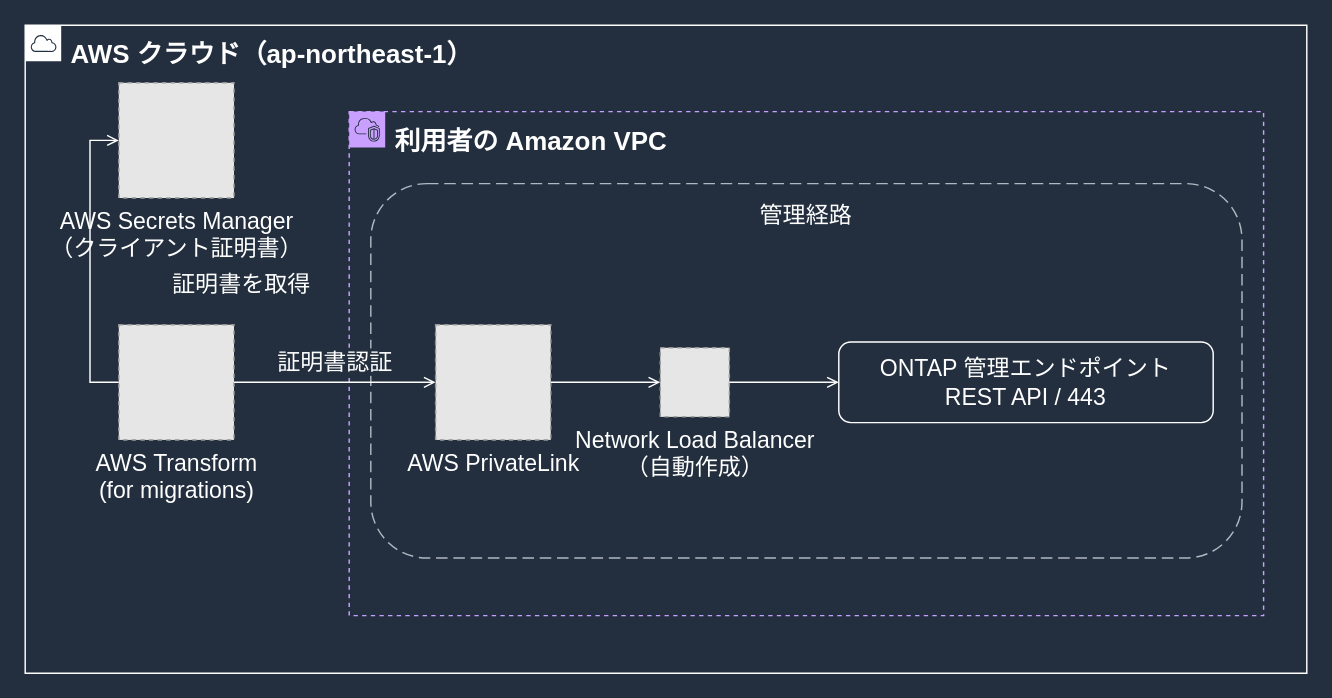
Above: docs/_assets/diagrams/atx-fsxn-control-path-dark.drawio in Yoshiki0705/vmware-migration-ec2-ontap (draw.io), before the change. Source tidied: cells renumbered, new cells numbered last; positions are measured from the earlier drawing's top-left corner, leaving out a move shared by most shapes. Both pictures are drawn from the tidied source at 144%, with x=0, y=0 at pixel (24, 24). Pictures stored in the file or linked from it are replaced by grey dashed boxes.
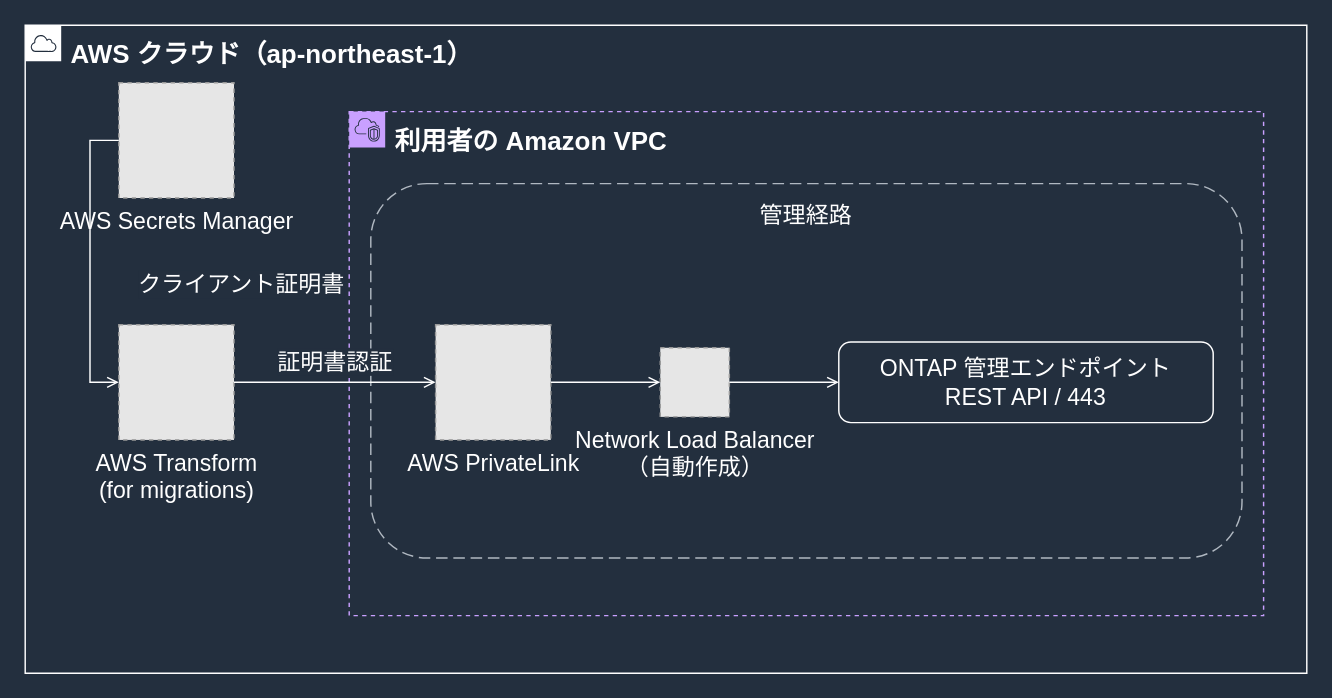
After the change.

The edit, as a diff of the source:
```diff
@@
 <mxGraphModel background="#232F3E">
   <root>
     <mxCell id="0" />
     <mxCell id="1" parent="0" />
     <mxCell id="2" value="AWS クラウド（ap-northeast-1）" style="gradientColor=none;html=1;whiteSpace=wrap;fontSize=18;fontStyle=1;fontColor=#FFFFFF;shape=mxgraph.aws4.group;grIcon=mxgraph.aws4.group_aws_cloud;strokeColor=#FFFFFF;fillColor=none;verticalAlign=top;align=left;spacingLeft=30;spacingTop=4;dashed=0;" parent="1" vertex="1">
       <mxGeometry width="890" height="450" as="geometry" />
     </mxCell>
     <mxCell id="3" value="利用者の Amazon VPC" style="gradientColor=none;html=1;whiteSpace=wrap;fontSize=18;fontStyle=1;fontColor=#FFFFFF;shape=mxgraph.aws4.group;grIcon=mxgraph.aws4.group_vpc2;strokeColor=#C9A0FF;fillColor=none;verticalAlign=top;align=left;spacingLeft=30;spacingTop=4;dashed=1;" parent="1" vertex="1">
       <mxGeometry x="225" y="60" width="635" height="350" as="geometry" />
     </mxCell>
     <mxCell id="4" value="管理経路" style="rounded=1;whiteSpace=wrap;html=1;dashed=1;dashPattern=8 4;strokeColor=#B0B8C1;fillColor=none;fontColor=#FFFFFF;fontSize=16;verticalAlign=top;align=center;spacingTop=6;" parent="1" vertex="1">
       <mxGeometry x="240" y="110" width="605" height="260" as="geometry" />
     </mxCell>
     <mxCell id="5" value="ONTAP 管理エンドポイント&#10;REST API / 443" style="rounded=1;whiteSpace=wrap;html=1;strokeColor=#FFFFFF;fillColor=none;fontColor=#FFFFFF;fontSize=16;verticalAlign=middle;align=center;" parent="1" vertex="1">
       <mxGeometry x="565" y="220" width="260" height="56" as="geometry" />
     </mxCell>
     <mxCell id="6" value="AWS Transform&#10;(for migrations)" style="fillColor=#E6E6E6;strokeColor=#999999;dashed=1;html=1;verticalLabelPosition=bottom;verticalAlign=top;labelPosition=center;align=center;fontSize=16;fontColor=#FFFFFF;" parent="1" vertex="1">
       <mxGeometry x="65" y="208" width="80" height="80" as="geometry" />
     </mxCell>
-    <mxCell id="7" value="AWS Secrets Manager&#10;（クライアント証明書）" style="fillColor=#E6E6E6;strokeColor=#999999;dashed=1;html=1;verticalLabelPosition=bottom;verticalAlign=top;labelPosition=center;align=center;fontSize=16;fontColor=#FFFFFF;" parent="1" vertex="1">
+    <mxCell id="7" value="AWS Secrets Manager" style="fillColor=#E6E6E6;strokeColor=#999999;dashed=1;html=1;verticalLabelPosition=bottom;verticalAlign=top;labelPosition=center;align=center;fontSize=16;fontColor=#FFFFFF;" parent="1" vertex="1">
       <mxGeometry x="65" y="40" width="80" height="80" as="geometry" />
     </mxCell>
     <mxCell id="8" value="AWS PrivateLink" style="fillColor=#E6E6E6;strokeColor=#999999;dashed=1;html=1;verticalLabelPosition=bottom;verticalAlign=top;labelPosition=center;align=center;fontSize=16;fontColor=#FFFFFF;" parent="1" vertex="1">
       <mxGeometry x="285" y="208" width="80" height="80" as="geometry" />
     </mxCell>
     <mxCell id="9" value="Network Load Balancer&#10;（自動作成）" style="fillColor=#E6E6E6;strokeColor=#999999;dashed=1;html=1;verticalLabelPosition=bottom;verticalAlign=top;labelPosition=center;align=center;fontSize=16;fontColor=#FFFFFF;" parent="1" vertex="1">
       <mxGeometry x="441" y="224" width="48" height="48" as="geometry" />
     </mxCell>
     <mxCell id="10" value="証明書認証" style="edgeStyle=orthogonalEdgeStyle;rounded=0;html=1;endArrow=open;endFill=0;strokeColor=#FFFFFF;strokeWidth=1;fontSize=16;fontColor=#FFFFFF;labelBackgroundColor=#232F3E;exitX=1;exitY=0.5;exitDx=0;exitDy=0;entryX=0;entryY=0.5;entryDx=0;entryDy=0;" parent="1" edge="1" source="6" target="8">
       <mxGeometry relative="1" as="geometry">
         <mxPoint y="-14" as="offset" />
       </mxGeometry>
     </mxCell>
     <mxCell id="11" style="edgeStyle=orthogonalEdgeStyle;rounded=0;html=1;endArrow=open;endFill=0;strokeColor=#FFFFFF;strokeWidth=1;fontSize=16;fontColor=#FFFFFF;labelBackgroundColor=#232F3E;exitX=1;exitY=0.5;exitDx=0;exitDy=0;entryX=0;entryY=0.5;entryDx=0;entryDy=0;" parent="1" edge="1" source="8" target="9">
       <mxGeometry relative="1" as="geometry" />
     </mxCell>
     <mxCell id="12" style="edgeStyle=orthogonalEdgeStyle;rounded=0;html=1;endArrow=open;endFill=0;strokeColor=#FFFFFF;strokeWidth=1;fontSize=16;fontColor=#FFFFFF;labelBackgroundColor=#232F3E;exitX=1;exitY=0.5;exitDx=0;exitDy=0;entryX=0;entryY=0.5;entryDx=0;entryDy=0;" parent="1" edge="1" source="9" target="5">
       <mxGeometry relative="1" as="geometry" />
     </mxCell>
-    <mxCell id="13" value="証明書を取得" style="edgeStyle=orthogonalEdgeStyle;rounded=0;html=1;endArrow=open;endFill=0;strokeColor=#FFFFFF;strokeWidth=1;fontSize=16;fontColor=#FFFFFF;labelBackgroundColor=#232F3E;exitX=0;exitY=0.5;exitDx=0;exitDy=0;entryX=0;entryY=0.5;entryDx=0;entryDy=0;" parent="1" edge="1" source="6" target="7">
-      <mxGeometry x="-0.15" relative="1" as="geometry">
+    <mxCell id="13" value="クライアント証明書" style="edgeStyle=orthogonalEdgeStyle;rounded=0;html=1;endArrow=open;endFill=0;strokeColor=#FFFFFF;strokeWidth=1;fontSize=16;fontColor=#FFFFFF;labelBackgroundColor=#232F3E;exitX=0;exitY=0.5;exitDx=0;exitDy=0;entryX=0;entryY=0.5;entryDx=0;entryDy=0;" parent="1" edge="1" source="7" target="6">
+      <mxGeometry x="0.15" relative="1" as="geometry">
         <Array as="points">
+          <mxPoint x="45" y="80" />
           <mxPoint x="45" y="248" />
-          <mxPoint x="45" y="80" />
         </Array>
         <mxPoint x="105" as="offset" />
       </mxGeometry>
     </mxCell>
   </root>
 </mxGraphModel>
```
